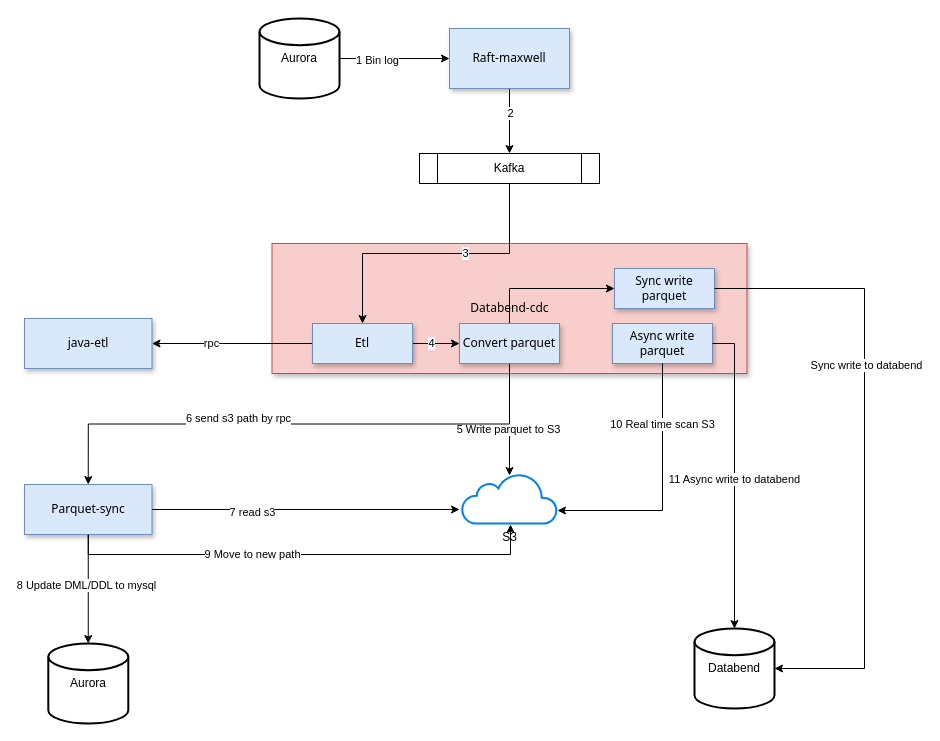
Above: doc/databend-parquet-mysql.drawio in jackjoesh/databend (draw.io), before the change. Source tidied: cells renumbered, new cells numbered last; positions are measured from the earlier drawing's top-left corner, leaving out a move shared by most shapes. Both pictures are drawn from the tidied source at 100%, with x=0, y=0 at pixel (24, 18).
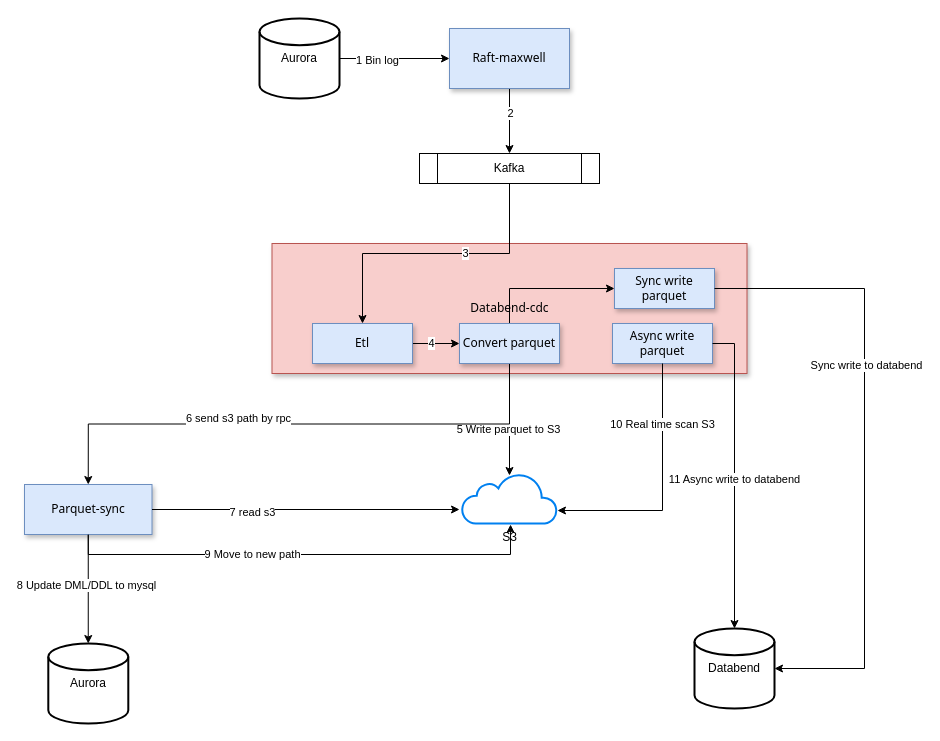
The same page after the edit.

Unchanged cells that the change refers to:
```xml
<mxCell id="22" value="Etl" style="rounded=0;whiteSpace=wrap;html=1;fillColor=#dae8fc;strokeColor=#6c8ebf;shadow=1;fontFamily=Tahoma;" parent="1" vertex="1">
  <mxGeometry x="288" y="305" width="100" height="40" as="geometry" />
</mxCell>
```

Change to the diagram source:
```diff
@@
-    <mxCell id="20" style="edgeStyle=orthogonalEdgeStyle;rounded=0;jettySize=auto;html=1;exitX=0;exitY=0.5;exitDx=0;exitDy=0;entryX=1;entryY=0.5;entryDx=0;entryDy=0;" parent="1" edge="1" source="22" target="39">
-      <mxGeometry relative="1" as="geometry" />
-    </mxCell>
-    <mxCell id="21" value="rpc" style="edgeLabel;html=1;align=center;verticalAlign=middle;" parent="20" vertex="1">
-      <mxGeometry x="0.27" y="-1" relative="1" as="geometry" />
-    </mxCell>
@@
-    <mxCell id="39" value="java-etl" style="rounded=0;whiteSpace=wrap;html=1;fillColor=#dae8fc;strokeColor=#6c8ebf;shadow=1;fontFamily=Tahoma;" parent="1" vertex="1">
-      <mxGeometry y="300" width="127.5" height="50" as="geometry" />
-    </mxCell>
```
